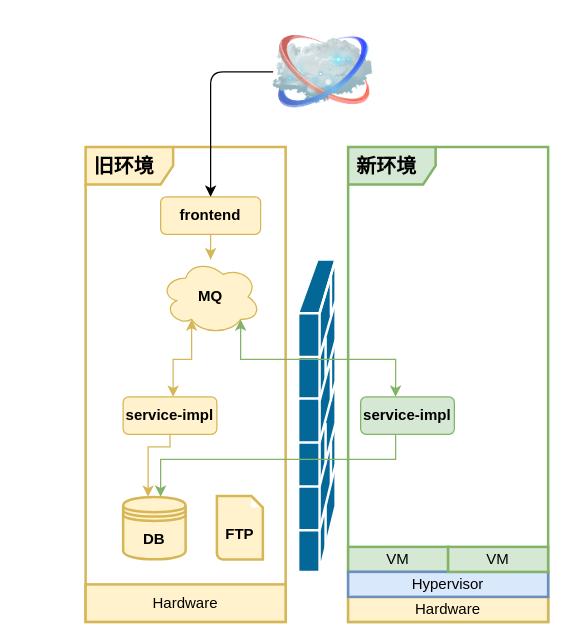
Before: page "stage1" (2 of 3) of diagrams.net/update-aic-system.drawio in ZhengweiHou/simplegit, a draw.io diagram. Source tidied: cells renumbered, new cells numbered last; positions are measured from the earlier drawing's top-left corner, leaving out a move shared by most shapes. Both pictures are drawn from the tidied source at 125%, with x=0, y=0 at pixel (85, 21).
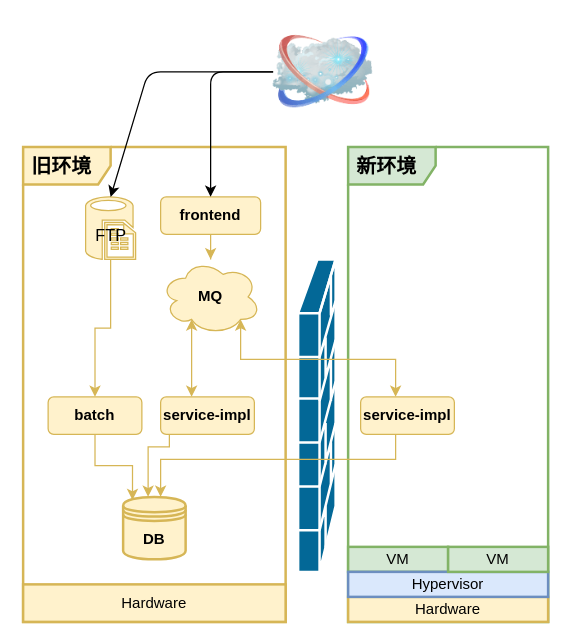
The same page after the edit.

The change refers to these unchanged cells:
```xml
<mxCell id="11" value="MQ" style="ellipse;shape=cloud;whiteSpace=wrap;html=1;fillColor=#fff2cc;strokeColor=#d6b656;fontStyle=1;" parent="9" vertex="1">
  <mxGeometry x="60" y="190" width="80" height="60" as="geometry" />
</mxCell>
<mxCell id="21" value="DB" style="shape=datastore;whiteSpace=wrap;html=1;sketch=0;strokeWidth=2;fillColor=#fff2cc;strokeColor=#d6b656;fontStyle=1;" parent="9" vertex="1">
  <mxGeometry x="30" y="380" width="50" height="50" as="geometry" />
</mxCell>
```

The edit, as a diff of the source:
```diff
@@
     <mxCell id="2" value="旧环境" style="shape=umlFrame;whiteSpace=wrap;html=1;width=70;height=30;boundedLbl=1;verticalAlign=middle;align=left;spacingLeft=5;rounded=0;strokeColor=#d6b656;fillColor=#fff2cc;sketch=0;fontStyle=1;fontSize=16;strokeWidth=2;" parent="1" vertex="1">
-      <mxGeometry y="100" width="160" height="380" as="geometry" />
+      <mxGeometry x="-50" y="100" width="210" height="380" as="geometry" />
     </mxCell>
@@
     <mxCell id="4" value="Hardware" style="rounded=0;whiteSpace=wrap;html=1;shadow=0;sketch=0;strokeColor=#d6b656;strokeWidth=2;fillColor=#fff2cc;" parent="1" vertex="1">
-      <mxGeometry y="450" width="160" height="30" as="geometry" />
+      <mxGeometry x="-50" y="450" width="210" height="30" as="geometry" />
     </mxCell>
@@
     <mxCell id="10" style="edgeStyle=orthogonalEdgeStyle;rounded=0;jettySize=auto;html=1;fillColor=#fff2cc;strokeColor=#d6b656;fontStyle=1;startArrow=classic;startFill=1;exitX=0.31;exitY=0.8;exitDx=0;exitDy=0;exitPerimeter=0;" parent="9" edge="1" source="11" target="18">
       <mxGeometry relative="1" as="geometry">
         <Array as="points">
-          <mxPoint x="85" y="270" />
-          <mxPoint x="70" y="270" />
+          <mxPoint x="85" y="280" />
+          <mxPoint x="85" y="280" />
         </Array>
       </mxGeometry>
     </mxCell>
@@
     <mxCell id="18" value="service-impl" style="rounded=1;whiteSpace=wrap;html=1;fillColor=#fff2cc;strokeColor=#d6b656;fontStyle=1;" parent="9" vertex="1">
-      <mxGeometry x="30" y="300" width="75" height="30" as="geometry" />
+      <mxGeometry x="60" y="300" width="75" height="30" as="geometry" />
     </mxCell>
-    <mxCell id="19" style="edgeStyle=orthogonalEdgeStyle;rounded=0;jettySize=auto;html=1;fillColor=#d5e8d4;strokeColor=#82b366;fontStyle=1;startArrow=classic;startFill=1;exitX=0.8;exitY=0.8;exitDx=0;exitDy=0;exitPerimeter=0;" parent="9" edge="1" source="11" target="20">
+    <mxCell id="19" style="edgeStyle=orthogonalEdgeStyle;rounded=0;jettySize=auto;html=1;fillColor=#fff2cc;strokeColor=#d6b656;fontStyle=1;startArrow=classic;startFill=1;exitX=0.8;exitY=0.8;exitDx=0;exitDy=0;exitPerimeter=0;" parent="9" edge="1" source="11" target="20">
       <mxGeometry relative="1" as="geometry">
         <Array as="points">
           <mxPoint x="124" y="270" />
           <mxPoint x="248" y="270" />
         </Array>
       </mxGeometry>
     </mxCell>
-    <mxCell id="20" value="service-impl" style="rounded=1;whiteSpace=wrap;html=1;fillColor=#d5e8d4;strokeColor=#82b366;fontStyle=1;" parent="9" vertex="1">
+    <mxCell id="20" value="service-impl" style="rounded=1;whiteSpace=wrap;html=1;fillColor=#fff2cc;strokeColor=#d6b656;fontStyle=1;" parent="9" vertex="1">
       <mxGeometry x="220" y="300" width="75" height="30" as="geometry" />
     </mxCell>
@@
-    <mxCell id="22" style="edgeStyle=orthogonalEdgeStyle;rounded=0;jettySize=auto;html=1;fillColor=#d5e8d4;strokeColor=#82b366;fontStyle=1;" parent="9" edge="1" source="20" target="21">
+    <mxCell id="22" style="edgeStyle=orthogonalEdgeStyle;rounded=0;jettySize=auto;html=1;fillColor=#fff2cc;strokeColor=#d6b656;fontStyle=1;" parent="9" edge="1" source="20" target="21">
       <mxGeometry relative="1" as="geometry">
         <Array as="points">
           <mxPoint x="248" y="350" />
           <mxPoint x="60" y="350" />
         </Array>
       </mxGeometry>
     </mxCell>
-    <mxCell id="23" style="group;fontStyle=1;" parent="9" vertex="1">
-      <mxGeometry x="103.4" y="379.2" width="40" height="50.8" as="geometry" />
-    </mxCell>
-    <mxCell id="24" style="shadow=0;dashed=0;html=1;strokeColor=#d6b656;fillColor=#fff2cc;labelPosition=center;verticalLabelPosition=bottom;verticalAlign=top;align=center;shape=mxgraph.veeam.2d.file;sketch=0;strokeWidth=2;fontStyle=1;" parent="23" vertex="1">
-      <mxGeometry x="1.6" width="36.8" height="50.8" as="geometry" />
-    </mxCell>
+    <mxCell id="26" style="edgeStyle=orthogonalEdgeStyle;rounded=0;jettySize=auto;html=1;exitX=0.5;exitY=1;exitDx=0;exitDy=0;exitPerimeter=0;entryX=0.5;entryY=0;entryDx=0;entryDy=0;startArrow=none;startFill=0;strokeColor=#d6b656;fontSize=13;fillColor=#fff2cc;" parent="9" edge="1" source="27" target="29">
+      <mxGeometry relative="1" as="geometry" />
+    </mxCell>
+    <mxCell id="27" style="verticalLabelPosition=bottom;html=1;verticalAlign=top;align=center;strokeColor=#d6b656;fillColor=#fff2cc;shape=mxgraph.azure.sql_reporting;shadow=0;sketch=0;fontSize=13;" parent="9" vertex="1">
+      <mxGeometry y="140" width="40" height="50" as="geometry" />
+    </mxCell>
-    <mxCell id="25" value="FTP" style="text;html=1;align=center;verticalAlign=middle;fontStyle=1;" parent="23" vertex="1">
-      <mxGeometry y="20.8" width="40" height="20" as="geometry" />
+    <mxCell id="25" value="FTP" style="text;html=1;align=center;verticalAlign=middle;fontSize=13;" parent="9" vertex="1">
+      <mxGeometry y="160.8" width="40" height="20" as="geometry" />
     </mxCell>
+    <mxCell id="28" style="edgeStyle=orthogonalEdgeStyle;rounded=0;jettySize=auto;html=1;exitX=0.5;exitY=1;exitDx=0;exitDy=0;entryX=0.15;entryY=0.05;entryDx=0;entryDy=0;entryPerimeter=0;startArrow=none;startFill=0;strokeColor=#d6b656;fontSize=13;fillColor=#fff2cc;" parent="9" edge="1" source="29" target="21">
+      <mxGeometry relative="1" as="geometry" />
+    </mxCell>
+    <mxCell id="29" value="batch" style="rounded=1;whiteSpace=wrap;html=1;fillColor=#fff2cc;strokeColor=#d6b656;fontStyle=1;" parent="9" vertex="1">
+      <mxGeometry x="-30" y="300" width="75" height="30" as="geometry" />
+    </mxCell>
+    <mxCell id="30" style="endArrow=classic;html=1;entryX=0.5;entryY=0;entryDx=0;entryDy=0;exitX=0;exitY=0.5;exitDx=0;exitDy=0;fontStyle=1;entryPerimeter=0;" parent="9" edge="1" target="27">
+      <mxGeometry relative="1" as="geometry">
+        <mxPoint x="150" y="40" as="sourcePoint" />
+        <Array as="points">
+          <mxPoint x="50" y="40" />
+        </Array>
+      </mxGeometry>
+    </mxCell>
```
